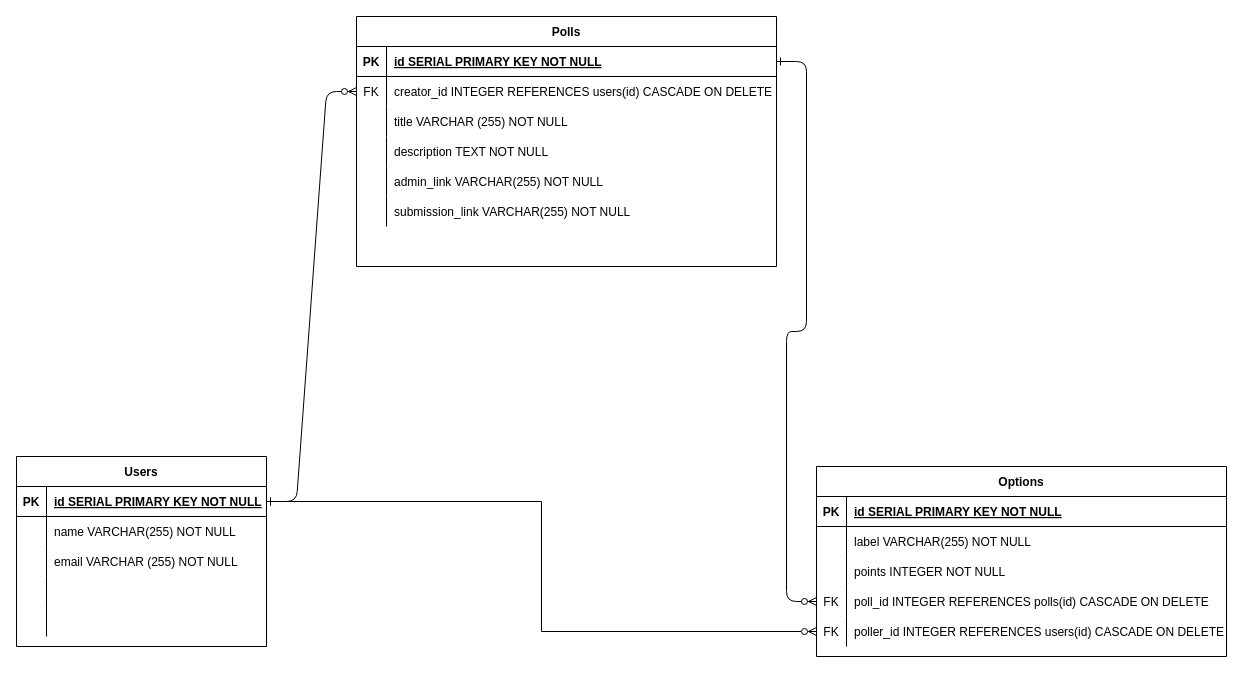
Above: planning/ERD.drawio in joshuavottero/decision-maker-group-2 (draw.io), before the change. Source tidied: cells renumbered, new cells numbered last; positions are measured from the earlier drawing's top-left corner, leaving out a move shared by most shapes. Both pictures are drawn from the tidied source at 100%, with x=0, y=0 at pixel (16, 16).
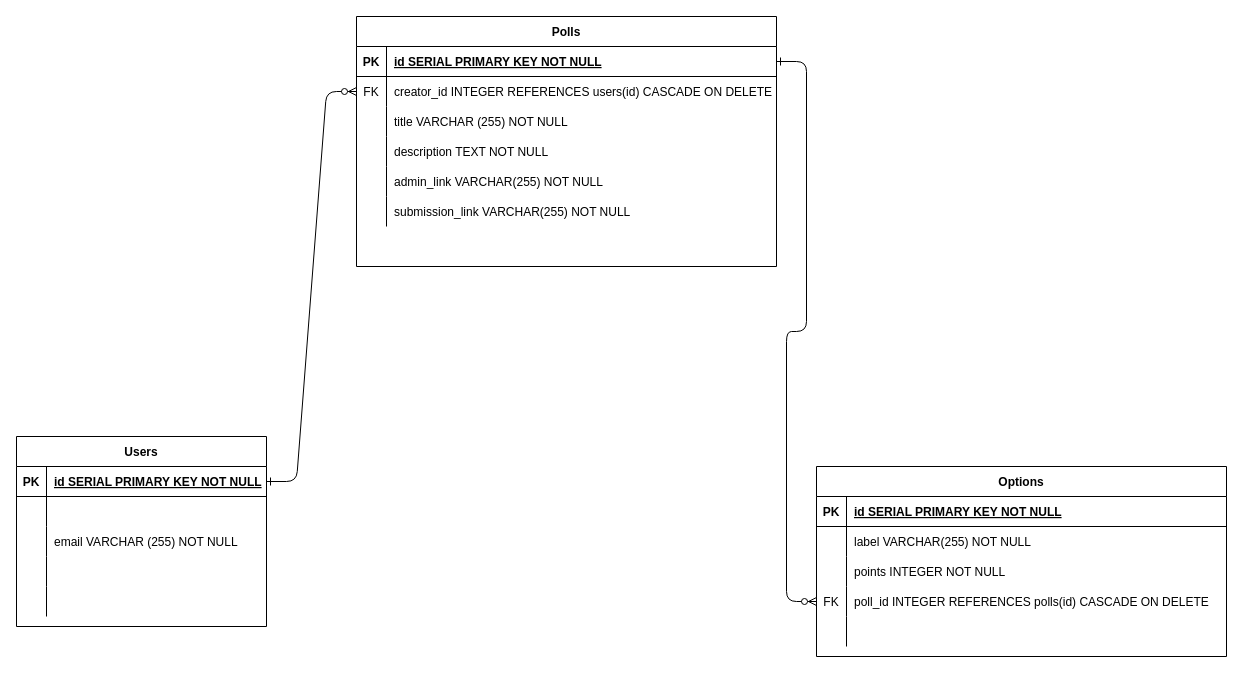
The same page after the edit.

Commit message (it also covers changes not shown here):
Write out all app features and add logout route. Update wireframes model

Unchanged cells that the change refers to:
```xml
<mxCell id="23" style="shape=partialRectangle;fillColor=none;points=[[0,0.5],[1,0.5]];portConstraint=eastwest;top=0;left=0;right=0;bottom=1;" parent="22" vertex="1">
  <mxGeometry y="30" width="250" height="30" as="geometry" />
</mxCell>
<mxCell id="26" style="shape=partialRectangle;fillColor=none;top=0;left=0;right=0;bottom=0;" parent="22" vertex="1">
  <mxGeometry y="60" width="250" height="30" as="geometry" />
</mxCell>
<mxCell id="51" style="shape=partialRectangle;fillColor=none;top=0;left=0;bottom=0;right=0;points=[[0,0.5],[1,0.5]];portConstraint=eastwest;" parent="38" vertex="1">
  <mxGeometry y="150" width="410" height="30" as="geometry" />
</mxCell>
```

Change to the diagram source:
```diff
@@
     <mxCell id="22" value="Users" style="shape=table;startSize=30;childLayout=tableLayout;rowLines=0;fontStyle=1;align=center;" parent="1" vertex="1">
-      <mxGeometry y="440" width="250" height="190" as="geometry" />
+      <mxGeometry y="420" width="250" height="190" as="geometry" />
     </mxCell>
@@
-    <mxCell id="28" value="name VARCHAR(255) NOT NULL" style="shape=partialRectangle;overflow=hidden;fillColor=none;top=0;left=0;bottom=0;right=0;align=left;spacingLeft=6;" parent="26" vertex="1">
+    <mxCell id="28" style="shape=partialRectangle;overflow=hidden;fillColor=none;top=0;left=0;bottom=0;right=0;align=left;spacingLeft=6;" parent="26" vertex="1">
       <mxGeometry x="30" width="220" height="30" as="geometry" />
     </mxCell>
@@
-    <mxCell id="52" value="FK" style="shape=partialRectangle;fillColor=none;top=0;left=0;bottom=0;right=0;overflow=hidden;" parent="51" vertex="1">
+    <mxCell id="52" style="shape=partialRectangle;fillColor=none;top=0;left=0;bottom=0;right=0;overflow=hidden;" parent="51" vertex="1">
       <mxGeometry width="30" height="30" as="geometry" />
     </mxCell>
-    <mxCell id="53" value="poller_id INTEGER REFERENCES users(id) CASCADE ON DELETE" style="shape=partialRectangle;fillColor=none;top=0;left=0;bottom=0;right=0;align=left;spacingLeft=6;overflow=hidden;" parent="51" vertex="1">
+    <mxCell id="53" style="shape=partialRectangle;fillColor=none;top=0;left=0;bottom=0;right=0;align=left;spacingLeft=6;overflow=hidden;" parent="51" vertex="1">
       <mxGeometry x="30" width="380" height="30" as="geometry" />
     </mxCell>
@@
-    <mxCell id="55" style="edgeStyle=orthogonalEdgeStyle;rounded=0;jettySize=auto;html=1;exitX=1;exitY=0.5;exitDx=0;exitDy=0;entryX=0;entryY=0.5;entryDx=0;entryDy=0;endArrow=ERzeroToMany;endFill=0;startArrow=ERone;startFill=0;" parent="1" edge="1" source="23" target="51">
-      <mxGeometry relative="1" as="geometry" />
-    </mxCell>
```
